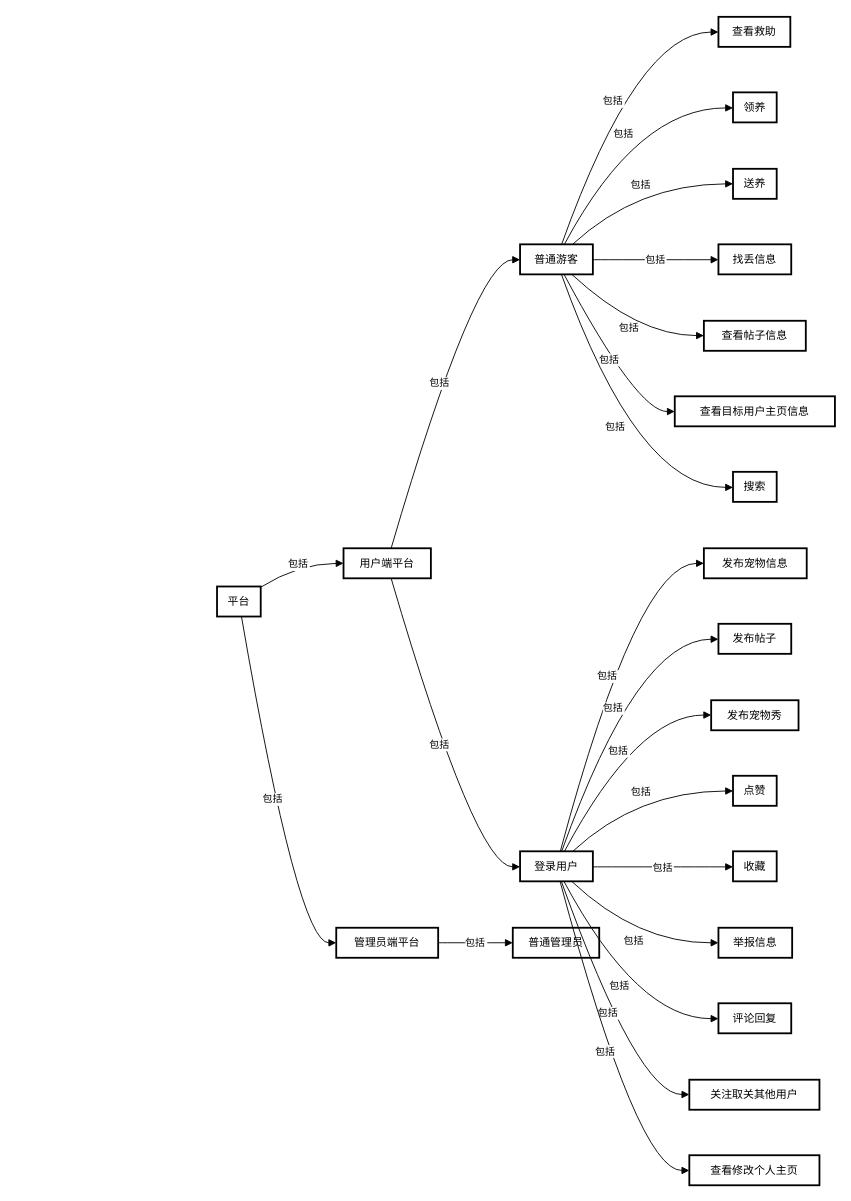
Earlier version of the draw.io diagram 未命名绘图.drawio (Heart-clearing/git-demo). Source tidied: cells renumbered, new cells numbered last; positions are measured from the earlier drawing's top-left corner, leaving out a move shared by most shapes. Both pictures are drawn from the tidied source at 91%, with x=0, y=0 at pixel (217, 16).
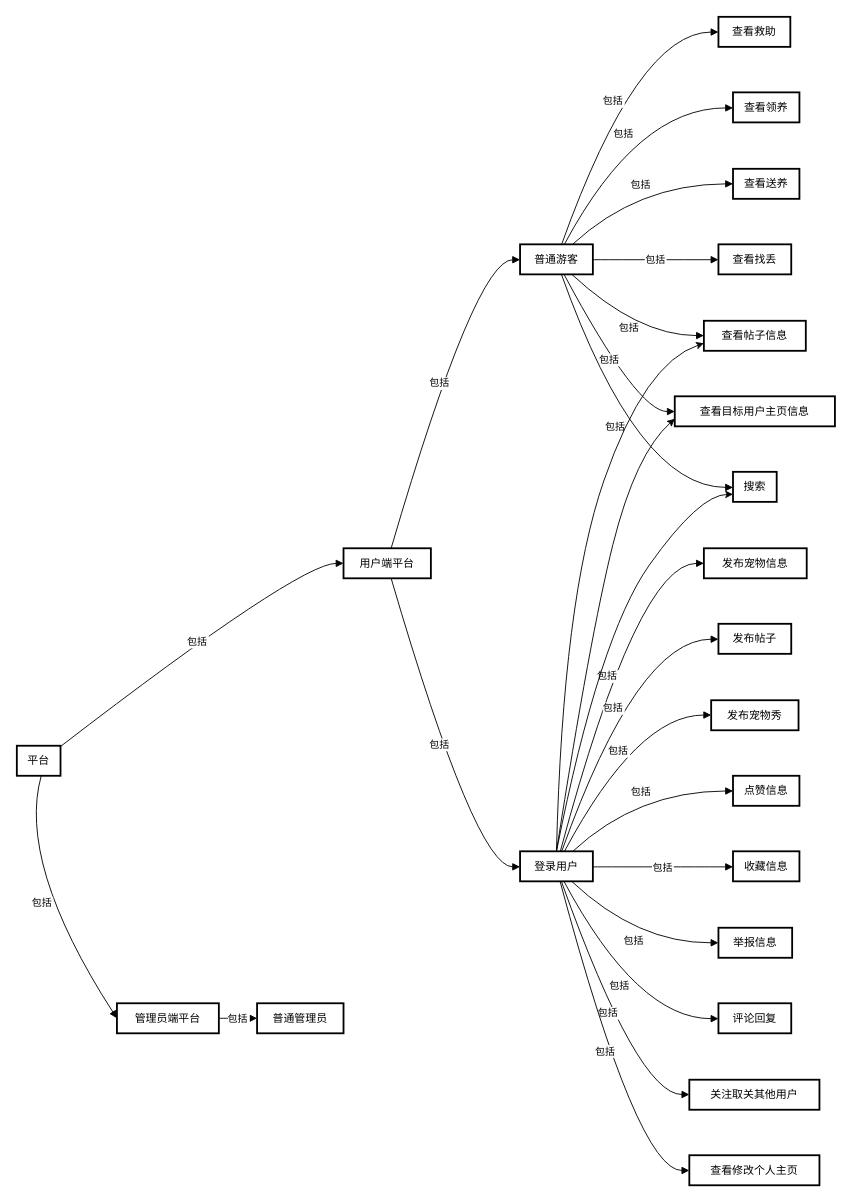
The same page after the edit.

Unchanged cells that the change refers to:
```xml
<mxCell id="6" value="登录用户" style="whiteSpace=wrap;strokeWidth=2;" parent="1" vertex="1">
  <mxGeometry x="333" y="917" width="80" height="33" as="geometry" />
</mxCell>
<mxCell id="12" value="查看帖子信息" style="whiteSpace=wrap;strokeWidth=2;" parent="1" vertex="1">
  <mxGeometry x="535" y="334" width="112" height="33" as="geometry" />
</mxCell>
<mxCell id="13" value="查看目标用户主页信息" style="whiteSpace=wrap;strokeWidth=2;" parent="1" vertex="1">
  <mxGeometry x="503" y="417" width="176" height="33" as="geometry" />
</mxCell>
<mxCell id="14" value="搜索" style="whiteSpace=wrap;strokeWidth=2;" parent="1" vertex="1">
  <mxGeometry x="567" y="500" width="48" height="33" as="geometry" />
</mxCell>
```

The edit, as a diff of the source:
```diff
@@
     <mxCell id="2" value="平台" style="whiteSpace=wrap;strokeWidth=2;" parent="1" vertex="1">
-      <mxGeometry y="626" width="48" height="33" as="geometry" />
+      <mxGeometry x="-220" y="801" width="48" height="33" as="geometry" />
     </mxCell>
@@
     <mxCell id="4" value="管理员端平台" style="whiteSpace=wrap;strokeWidth=2;" parent="1" vertex="1">
-      <mxGeometry x="131" y="1001" width="112" height="33" as="geometry" />
+      <mxGeometry x="-110" y="1084" width="112" height="33" as="geometry" />
     </mxCell>
@@
     <mxCell id="7" value="普通管理员" style="whiteSpace=wrap;strokeWidth=2;" parent="1" vertex="1">
-      <mxGeometry x="325" y="1001" width="95" height="33" as="geometry" />
+      <mxGeometry x="44" y="1084" width="95" height="33" as="geometry" />
     </mxCell>
@@
-    <mxCell id="9" value="领养" style="whiteSpace=wrap;strokeWidth=2;" parent="1" vertex="1">
-      <mxGeometry x="567" y="83" width="48" height="33" as="geometry" />
+    <mxCell id="9" value="查看领养" style="whiteSpace=wrap;strokeWidth=2;" parent="1" vertex="1">
+      <mxGeometry x="567" y="83" width="73" height="33" as="geometry" />
     </mxCell>
-    <mxCell id="10" value="送养" style="whiteSpace=wrap;strokeWidth=2;" parent="1" vertex="1">
-      <mxGeometry x="567" y="167" width="48" height="33" as="geometry" />
+    <mxCell id="10" value="查看送养" style="whiteSpace=wrap;strokeWidth=2;" parent="1" vertex="1">
+      <mxGeometry x="567" y="167" width="73" height="33" as="geometry" />
     </mxCell>
-    <mxCell id="11" value="找丢信息" style="whiteSpace=wrap;strokeWidth=2;" parent="1" vertex="1">
+    <mxCell id="11" value="查看找丢" style="whiteSpace=wrap;strokeWidth=2;" parent="1" vertex="1">
       <mxGeometry x="551" y="250" width="80" height="33" as="geometry" />
     </mxCell>
@@
-    <mxCell id="18" value="点赞" style="whiteSpace=wrap;strokeWidth=2;" parent="1" vertex="1">
-      <mxGeometry x="567" y="834" width="48" height="33" as="geometry" />
+    <mxCell id="18" value="点赞信息" style="whiteSpace=wrap;strokeWidth=2;" parent="1" vertex="1">
+      <mxGeometry x="567" y="834" width="73" height="33" as="geometry" />
     </mxCell>
-    <mxCell id="19" value="收藏" style="whiteSpace=wrap;strokeWidth=2;" parent="1" vertex="1">
-      <mxGeometry x="567" y="917" width="48" height="33" as="geometry" />
+    <mxCell id="19" value="收藏信息" style="whiteSpace=wrap;strokeWidth=2;" parent="1" vertex="1">
+      <mxGeometry x="567" y="917" width="73" height="33" as="geometry" />
     </mxCell>
@@
     <mxCell id="25" value="包括" style="curved=1;startArrow=none;endArrow=block;exitX=0.5584521201905918;exitY=0.9969700899991122;entryX=-0.0035714421953473774;entryY=0.5000005779844342;" parent="1" edge="1" source="2" target="4">
       <mxGeometry relative="1" as="geometry">
         <Array as="points">
-          <mxPoint x="89" y="1018" />
+          <mxPoint x="-220" y="930" />
         </Array>
       </mxGeometry>
     </mxCell>
@@
+    <mxCell id="45" style="curved=1;endArrow=classic;html=1;rounded=0;exitX=0.5;exitY=0;exitDx=0;exitDy=0;entryX=0;entryY=0.75;entryDx=0;entryDy=0;" parent="1" edge="1" source="6" target="14">
+      <mxGeometry relative="1" as="geometry">
+        <Array as="points">
+          <mxPoint x="420" y="680" />
+          <mxPoint x="530" y="525" />
+        </Array>
+      </mxGeometry>
+    </mxCell>
+    <mxCell id="46" style="curved=1;endArrow=classic;html=1;rounded=0;exitX=0.5;exitY=0;exitDx=0;exitDy=0;entryX=0;entryY=0.75;entryDx=0;entryDy=0;" parent="1" edge="1" source="6" target="13">
+      <mxGeometry relative="1" as="geometry">
+        <Array as="points">
+          <mxPoint x="410" y="680" />
+          <mxPoint x="460" y="480" />
+        </Array>
+      </mxGeometry>
+    </mxCell>
+    <mxCell id="47" style="curved=1;endArrow=classic;html=1;rounded=0;exitX=0.5;exitY=0;exitDx=0;exitDy=0;entryX=0;entryY=0.75;entryDx=0;entryDy=0;" parent="1" edge="1" source="6" target="12">
+      <mxGeometry relative="1" as="geometry">
+        <Array as="points">
+          <mxPoint x="380" y="640" />
+          <mxPoint x="470" y="380" />
+        </Array>
+      </mxGeometry>
+    </mxCell>
```
